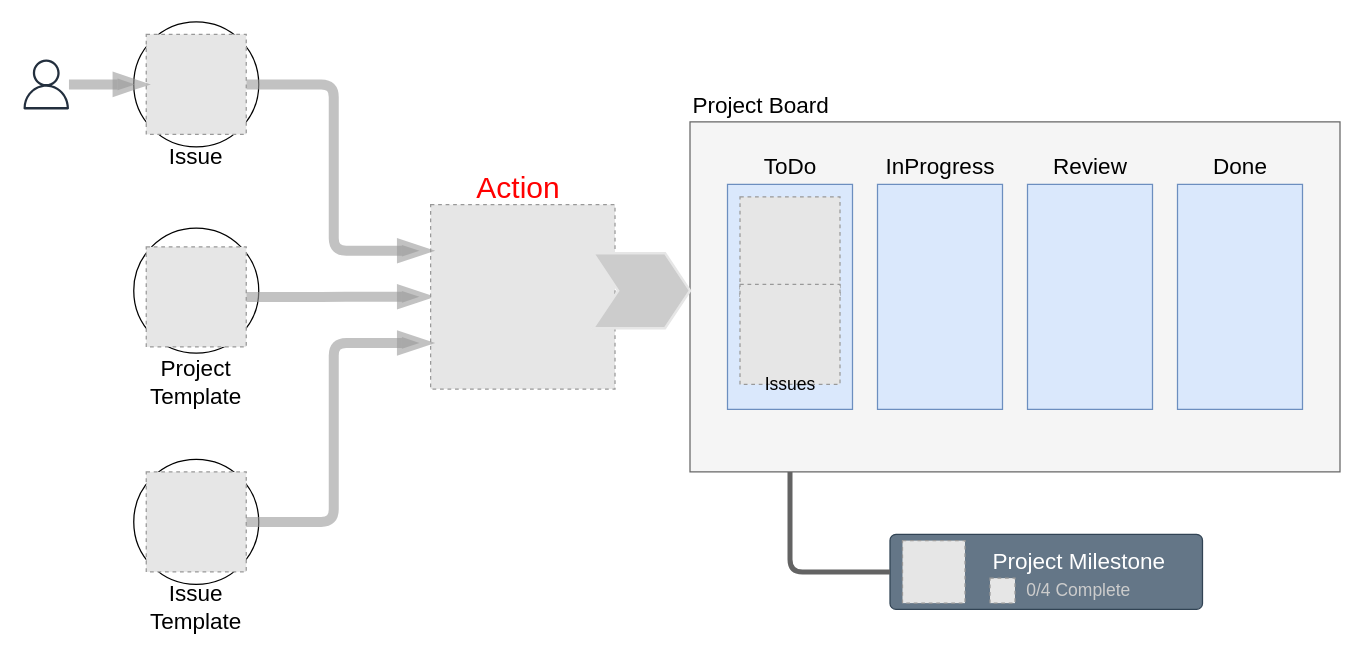
The draw.io diagram docs/images/pb-action.drawio in jefeish/project-template-action, before the edit. Source tidied: cells renumbered, new cells numbered last; positions are measured from the earlier drawing's top-left corner, leaving out a move shared by most shapes. Both pictures are drawn from the tidied source at 125%, with x=0, y=0 at pixel (20, 21). Pictures stored in the file or linked from it are replaced by grey dashed boxes.
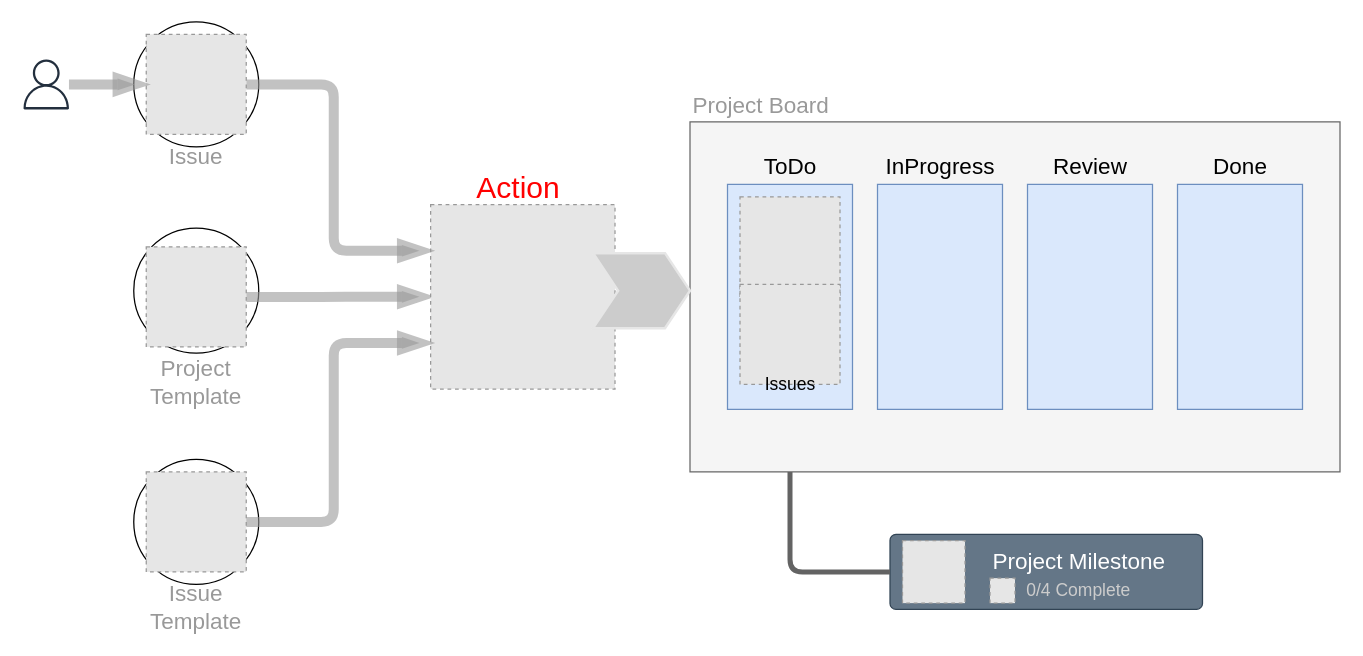
Above is the later version.

What changed in the source:
```diff
@@
-    <mxCell id="13" value="Issue &#10;Template" style="fillColor=#E6E6E6;strokeColor=#999999;dashed=1;verticalLabelPosition=bottom;verticalAlign=top;fontFamily=varela round;fontSize=18;" parent="1" vertex="1">
+    <mxCell id="13" value="Issue &#10;Template" style="fillColor=#E6E6E6;strokeColor=#999999;dashed=1;verticalLabelPosition=bottom;verticalAlign=top;fontFamily=varela round;fontSize=18;fontColor=#999999;" parent="1" vertex="1">
       <mxGeometry x="100.5" y="360" width="80" height="80" as="geometry" />
     </mxCell>
@@
-    <mxCell id="17" value="Project &#10;Template" style="fillColor=#E6E6E6;strokeColor=#999999;dashed=1;verticalLabelPosition=bottom;verticalAlign=top;fontFamily=varela round;fontSize=18;" parent="1" vertex="1">
+    <mxCell id="17" value="Project &#10;Template" style="fillColor=#E6E6E6;strokeColor=#999999;dashed=1;verticalLabelPosition=bottom;verticalAlign=top;fontFamily=varela round;fontSize=18;fontColor=#999999;" parent="1" vertex="1">
       <mxGeometry x="100.5" y="180" width="80" height="80" as="geometry" />
     </mxCell>
-    <mxCell id="18" value="Project Board" style="text;whiteSpace=wrap;fontSize=18;fontFamily=varela round;" parent="1" vertex="1">
+    <mxCell id="18" value="Project Board" style="text;whiteSpace=wrap;fontSize=18;fontFamily=varela round;fontColor=#999999;" parent="1" vertex="1">
       <mxGeometry x="535.5" y="50" width="140" height="40" as="geometry" />
     </mxCell>
@@
-    <mxCell id="20" value="Issue" style="fillColor=#E6E6E6;strokeColor=#999999;dashed=1;verticalLabelPosition=bottom;verticalAlign=top;fontFamily=varela round;fontSize=18;align=center;labelPosition=center;" parent="1" vertex="1">
+    <mxCell id="20" value="Issue" style="fillColor=#E6E6E6;strokeColor=#999999;dashed=1;verticalLabelPosition=bottom;verticalAlign=top;fontFamily=varela round;fontSize=18;align=center;labelPosition=center;fontColor=#999999;" parent="1" vertex="1">
       <mxGeometry x="100.5" y="10" width="80" height="80" as="geometry" />
     </mxCell>
```
